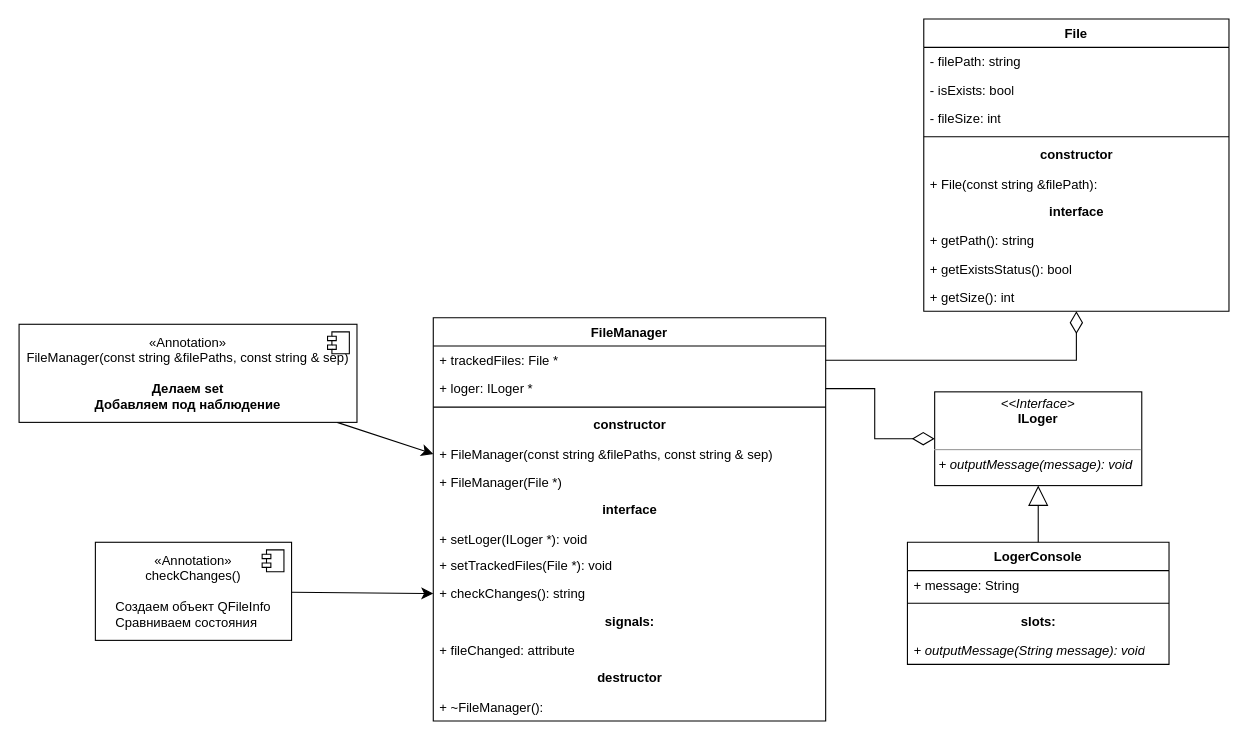
kvintes/course-soft-dev-1lab-file-monitoring keeps this draw.io diagram as class-diagram.drawio. Above is the earlier version. Source tidied: cells renumbered, new cells numbered last; positions are measured from the earlier drawing's top-left corner, leaving out a move shared by most shapes. Both pictures are drawn from the tidied source at 109%, with x=0, y=0 at pixel (19, 19).
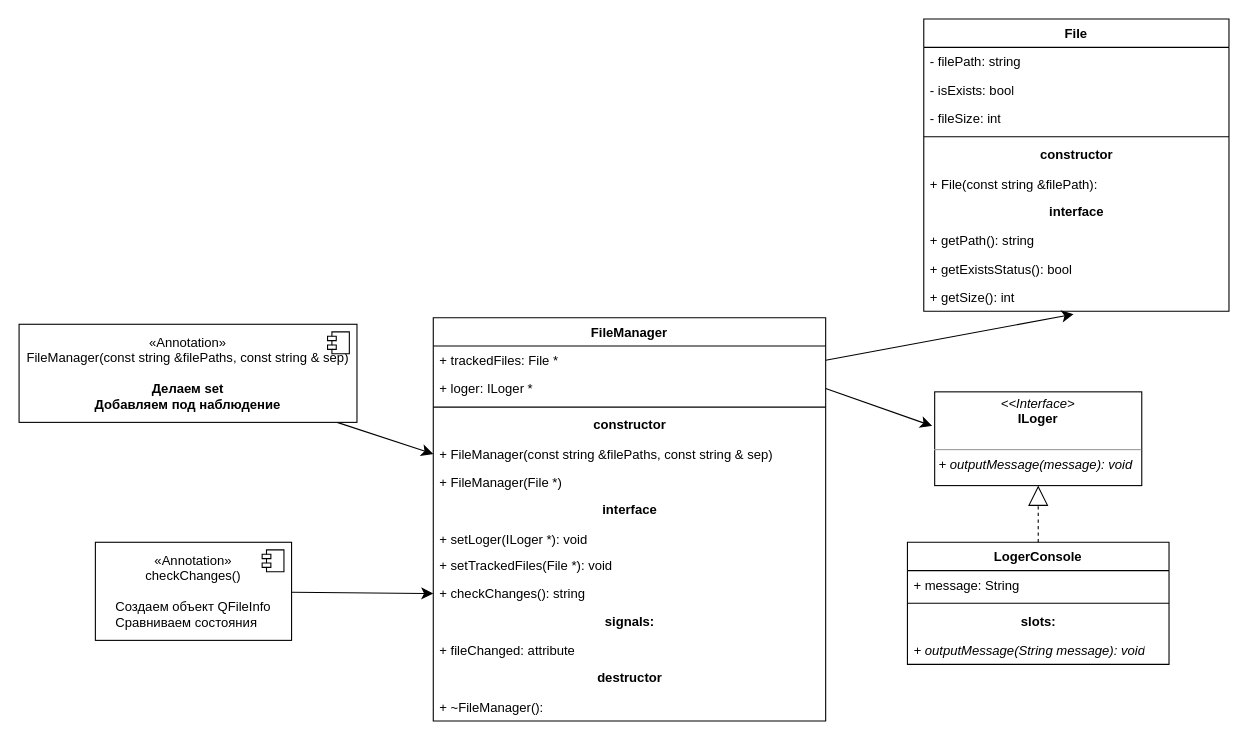
The same diagram, later.

Commit message:
fix: class-diagram

Unchanged cells that the change refers to:
```xml
<mxCell id="3" value="File" style="swimlane;fontStyle=1;align=center;verticalAlign=top;horizontal=1;startSize=26;whiteSpace=wrap;html=1;" parent="1" vertex="1">
  <mxGeometry x="830" width="280" height="268" as="geometry" />
</mxCell>
<mxCell id="13" value="+ getSize(): int" style="text;strokeColor=none;fillColor=none;align=left;verticalAlign=top;spacingLeft=4;spacingRight=4;overflow=hidden;points=[[0,0.5],[1,0.5]];portConstraint=eastwest;whiteSpace=wrap;html=1;" parent="3" vertex="1">
  <mxGeometry y="242" width="280" height="26" as="geometry" />
</mxCell>
<mxCell id="15" value="+ trackedFiles: File *" style="text;strokeColor=none;fillColor=none;align=left;verticalAlign=top;spacingLeft=4;spacingRight=4;overflow=hidden;points=[[0,0.5],[1,0.5]];portConstraint=eastwest;whiteSpace=wrap;html=1;" parent="14" vertex="1">
  <mxGeometry y="26" width="360" height="26" as="geometry" />
</mxCell>
<mxCell id="16" value="+ loger: ILoger *" style="text;strokeColor=none;fillColor=none;align=left;verticalAlign=top;spacingLeft=4;spacingRight=4;overflow=hidden;points=[[0,0.5],[1,0.5]];portConstraint=eastwest;whiteSpace=wrap;html=1;" parent="14" vertex="1">
  <mxGeometry y="52" width="360" height="26" as="geometry" />
</mxCell>
<mxCell id="29" value="LogerConsole" style="swimlane;fontStyle=1;align=center;verticalAlign=top;horizontal=1;startSize=26;whiteSpace=wrap;html=1;" parent="1" vertex="1">
  <mxGeometry x="815" y="480" width="240" height="112" as="geometry" />
</mxCell>
<mxCell id="35" value="&lt;p style=&quot;margin:0px;margin-top:4px;text-align:center;&quot;&gt;&lt;i&gt;&amp;lt;&amp;lt;Interface&amp;gt;&lt;/i&gt;&lt;br&gt;&lt;b&gt;ILoger&lt;/b&gt;&lt;/p&gt;&lt;p style=&quot;margin:0px;margin-left:4px;&quot;&gt;&lt;br&gt;&lt;/p&gt;&lt;hr size=&quot;1&quot;&gt;&lt;p style=&quot;margin:0px;margin-left:4px;&quot;&gt;&lt;i&gt;+ outputMessage(message): void&lt;/i&gt;&lt;br&gt;&lt;/p&gt;" style="verticalAlign=top;align=left;overflow=fill;fontSize=12;fontFamily=Helvetica;html=1;whiteSpace=wrap;" parent="1" vertex="1">
  <mxGeometry x="840" y="342" width="190" height="86" as="geometry" />
</mxCell>
```

Diff of the diagram source:
```diff
@@
-    <mxCell id="2" style="edgeStyle=orthogonalEdgeStyle;rounded=0;jettySize=auto;html=1;entryX=1;entryY=0.5;entryDx=0;entryDy=0;startArrow=diamondThin;startFill=0;strokeWidth=1;endSize=5;startSize=18;endArrow=none;endFill=0;" parent="1" edge="1" source="3" target="15">
-      <mxGeometry relative="1" as="geometry" />
-    </mxCell>
@@
-    <mxCell id="34" style="endArrow=block;endSize=16;endFill=0;html=1;rounded=0;entryX=0.5;entryY=1;entryDx=0;entryDy=0;exitX=0.5;exitY=0;exitDx=0;exitDy=0;" parent="1" edge="1" source="29" target="35">
+    <mxCell id="34" style="endArrow=block;endSize=16;endFill=0;html=1;rounded=0;entryX=0.5;entryY=1;entryDx=0;entryDy=0;exitX=0.5;exitY=0;exitDx=0;exitDy=0;dashed=1;" parent="1" edge="1" source="29" target="35">
       <mxGeometry relative="1" as="geometry" />
     </mxCell>
@@
-    <mxCell id="36" style="edgeStyle=orthogonalEdgeStyle;rounded=0;jettySize=auto;html=1;exitX=1;exitY=0.5;exitDx=0;exitDy=0;entryX=0;entryY=0.5;entryDx=0;entryDy=0;endArrow=diamondThin;endFill=0;endSize=18;" parent="1" edge="1" source="16" target="35">
-      <mxGeometry relative="1" as="geometry" />
-    </mxCell>
@@
+    <mxCell id="43" style="edgeStyle=none;curved=1;rounded=0;jettySize=auto;html=1;exitX=1;exitY=0.5;exitDx=0;exitDy=0;entryX=0.491;entryY=1.104;entryDx=0;entryDy=0;entryPerimeter=0;fontSize=12;startSize=8;endSize=8;" parent="1" edge="1" source="15" target="13">
+      <mxGeometry relative="1" as="geometry" />
+    </mxCell>
+    <mxCell id="36" style="edgeStyle=none;curved=1;rounded=0;jettySize=auto;html=1;exitX=1;exitY=0.5;exitDx=0;exitDy=0;entryX=-0.012;entryY=0.364;entryDx=0;entryDy=0;entryPerimeter=0;fontSize=12;startSize=8;endSize=8;" parent="1" edge="1" source="16" target="35">
+      <mxGeometry relative="1" as="geometry" />
+    </mxCell>
```
